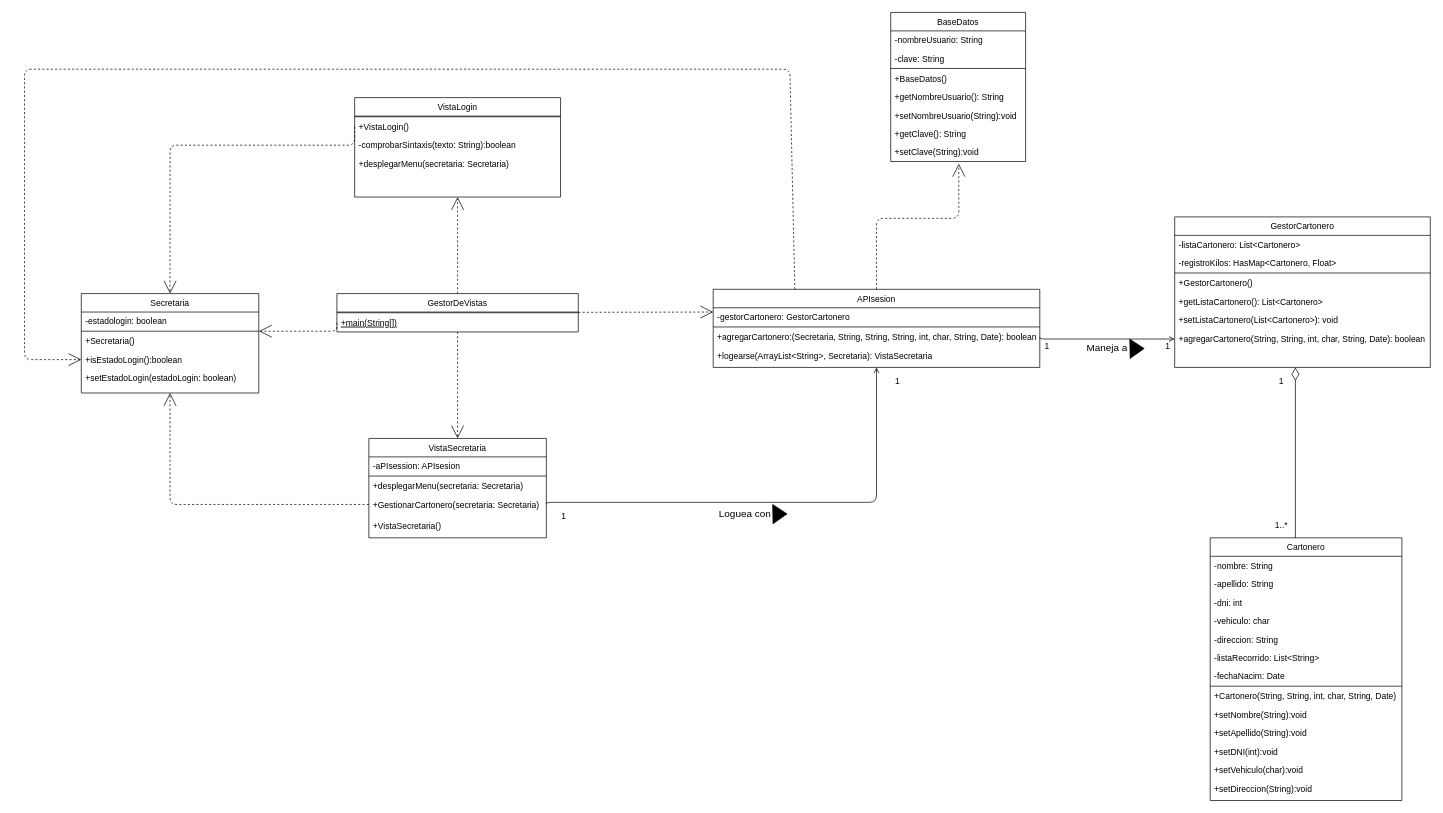
This is Sprint -1/Entrega/6_Diagramas/Diagrama-Clase/Diagrama de clase - Primer Sprint.drawio from Beltonidas/Trabajo-Especial-MDS-2021, a draw.io file, before an edit. Source tidied: cells renumbered, new cells numbered last; positions are measured from the earlier drawing's top-left corner, leaving out a move shared by most shapes. Both pictures are drawn from the tidied source at 71%, with x=0, y=0 at pixel (24, 12).
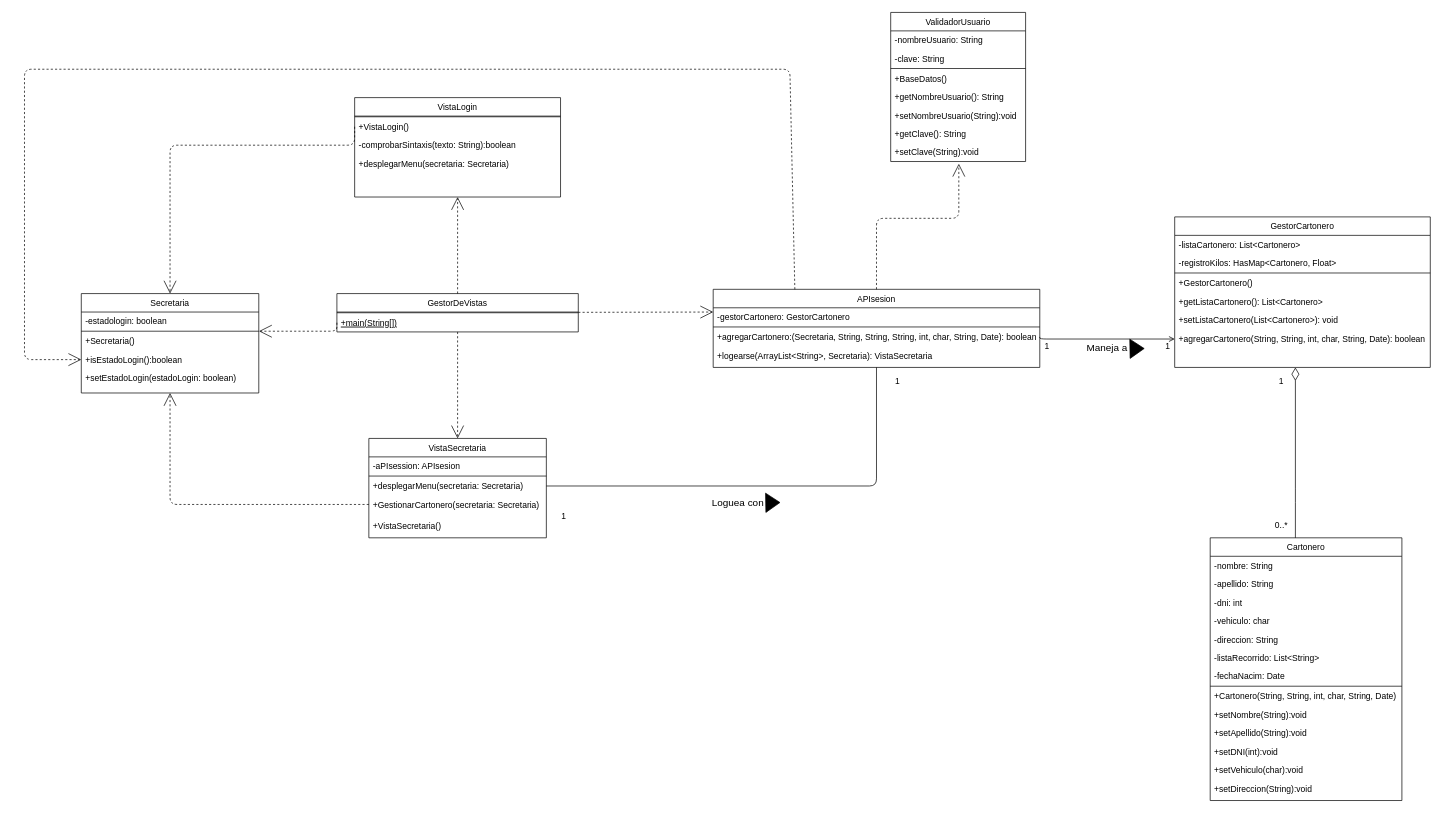
Above is the later version.

Commit message (it also covers changes not shown here):
falta sacar los diagramas los editables

Unchanged cells that the change refers to:
```xml
<mxCell id="2" value="APIsesion" style="swimlane;fontStyle=0;align=center;verticalAlign=top;horizontal=1;startSize=26;rounded=0;shadow=0;strokeWidth=1;" parent="1" vertex="1">
  <mxGeometry x="970" y="390" width="460" height="110" as="geometry" />
</mxCell>
<mxCell id="34" value="+desplegarMenu(secretaria: Secretaria)" style="text;align=left;verticalAlign=top;spacingLeft=4;spacingRight=4;overflow=hidden;points=[[0,0.5],[1,0.5]];portConstraint=eastwest;rounded=0;shadow=0;html=0;fontStyle=0;" parent="31" vertex="1">
  <mxGeometry y="54" width="250" height="26" as="geometry" />
</mxCell>
<mxCell id="35" value="+GestionarCartonero(secretaria: Secretaria)" style="text;align=left;verticalAlign=top;spacingLeft=4;spacingRight=4;overflow=hidden;points=[[0,0.5],[1,0.5]];portConstraint=eastwest;fontStyle=0;" parent="31" vertex="1">
  <mxGeometry y="80" width="250" height="26" as="geometry" />
</mxCell>
```

Diff of the diagram source:
```diff
@@
-    <mxCell id="7" value="BaseDatos" style="swimlane;fontStyle=0;align=center;verticalAlign=top;horizontal=1;startSize=26;rounded=0;shadow=0;strokeWidth=1;" parent="1" vertex="1">
+    <mxCell id="7" value="ValidadorUsuario" style="swimlane;fontStyle=0;align=center;verticalAlign=top;horizontal=1;startSize=26;rounded=0;shadow=0;strokeWidth=1;" parent="1" vertex="1">
       <mxGeometry x="1220" width="190" height="210" as="geometry" />
     </mxCell>
@@
-    <mxCell id="65" style="endArrow=open;html=1;entryX=0.5;entryY=1;entryDx=0;entryDy=0;edgeStyle=elbowEdgeStyle;elbow=vertical;startArrow=none;startFill=0;endFill=0;exitX=1;exitY=0.5;exitDx=0;exitDy=0;" parent="1" edge="1" source="35" target="2">
-      <mxGeometry relative="1" as="geometry">
-        <Array as="points">
-          <mxPoint x="970" y="690" />
-        </Array>
-      </mxGeometry>
-    </mxCell>
@@
-    <mxCell id="71" value="1..*" style="text;html=1;align=center;verticalAlign=middle;strokeColor=none;" parent="1" vertex="1">
+    <mxCell id="71" value="0..*" style="text;html=1;align=center;verticalAlign=middle;strokeColor=none;" parent="1" vertex="1">
       <mxGeometry x="1755" y="713" width="30" height="20" as="geometry" />
     </mxCell>
@@
     <mxCell id="78" value="&lt;font style=&quot;font-size: 14px&quot;&gt;Loguea con&lt;/font&gt;" style="text;html=1;strokeColor=none;fillColor=none;align=center;verticalAlign=middle;whiteSpace=wrap;rounded=0;" parent="1" vertex="1">
-      <mxGeometry x="970" y="696" width="90" height="20" as="geometry" />
+      <mxGeometry x="960" y="680" width="90" height="20" as="geometry" />
     </mxCell>
     <mxCell id="79" style="triangle;whiteSpace=wrap;html=1;fillColor=#000000;rotation=-1;" parent="1" vertex="1">
-      <mxGeometry x="1054" y="692.9" width="20" height="27.1" as="geometry" />
+      <mxGeometry x="1044" y="676.9" width="20" height="27.1" as="geometry" />
     </mxCell>
+    <mxCell id="80" style="endArrow=none;html=1;entryX=0.5;entryY=1;entryDx=0;entryDy=0;exitX=1;exitY=0.5;exitDx=0;exitDy=0;" parent="1" edge="1" source="34" target="2">
+      <mxGeometry relative="1" as="geometry">
+        <Array as="points">
+          <mxPoint x="1200" y="667" />
+        </Array>
+      </mxGeometry>
+    </mxCell>
```
